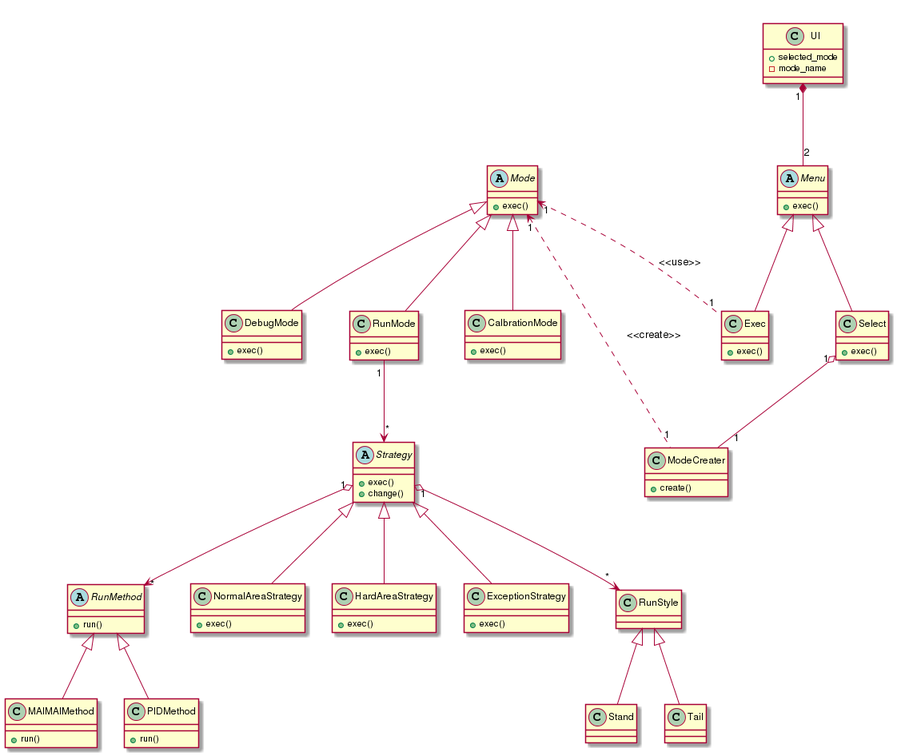
The PlantUML diagram diagram/class/concept/class.png in SLP-KBIT/ETR2015, before a commit.
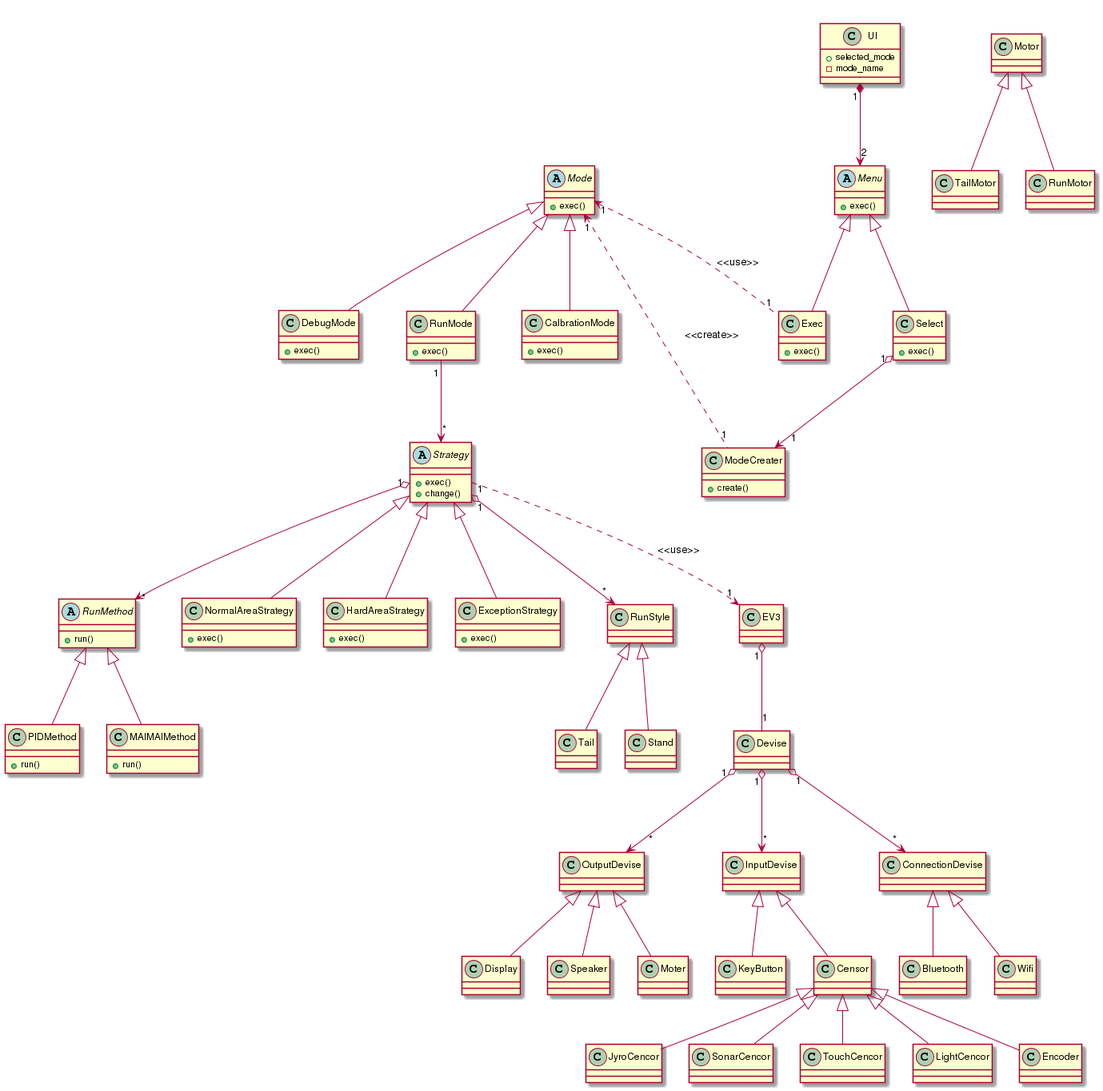
The same file after the commit.

Commit message:
(maxmellon:class:concept) :art: refs #15 edit class diagram of concept

What changed in the source:
```diff
@@ -40,10 +40,10 @@
   +exec()
 }
 
-UI "1" *-- "2" Menu
+UI "1" *--> "2" Menu
 Menu <|-- Select
 Menu <|-- Exec
-Select "1" o-- "1" ModeCreater
+Select "1" o--> "1" ModeCreater
 ModeCreater "1" .left.> "1" Mode : <<create>>
 Exec "1" .left.> "1" Mode : <<use>>
 Mode <|-- RunMode
@@ -92,4 +92,29 @@
 RunStyle <|-- Stand
 RunStyle <|-- Tail
 
+Strategy "1"..> "1" EV3 : <<use>>
+EV3 "1" o-- "1" Devise
+Devise "1" o--> "*" OutputDevise
+Devise "1" o--> "*" InputDevise
+Devise "1" o--> "*" ConnectionDevise
+
+OutputDevise <|-- Moter
+OutputDevise <|-- Display
+OutputDevise <|-- Speaker
+
+Motor <|-- TailMotor
+Motor <|-- RunMotor
+
+InputDevise  <|-- Censor
+InputDevise  <|-- KeyButton
+
+Censor <|-- JyroCencor
+Censor <|-- SonarCencor
+Censor <|-- TouchCencor
+Censor <|-- LightCencor
+Censor <|-- Encoder
+
+ConnectionDevise <|-- Wifi
+ConnectionDevise <|-- Bluetooth
+
 @enduml
```
